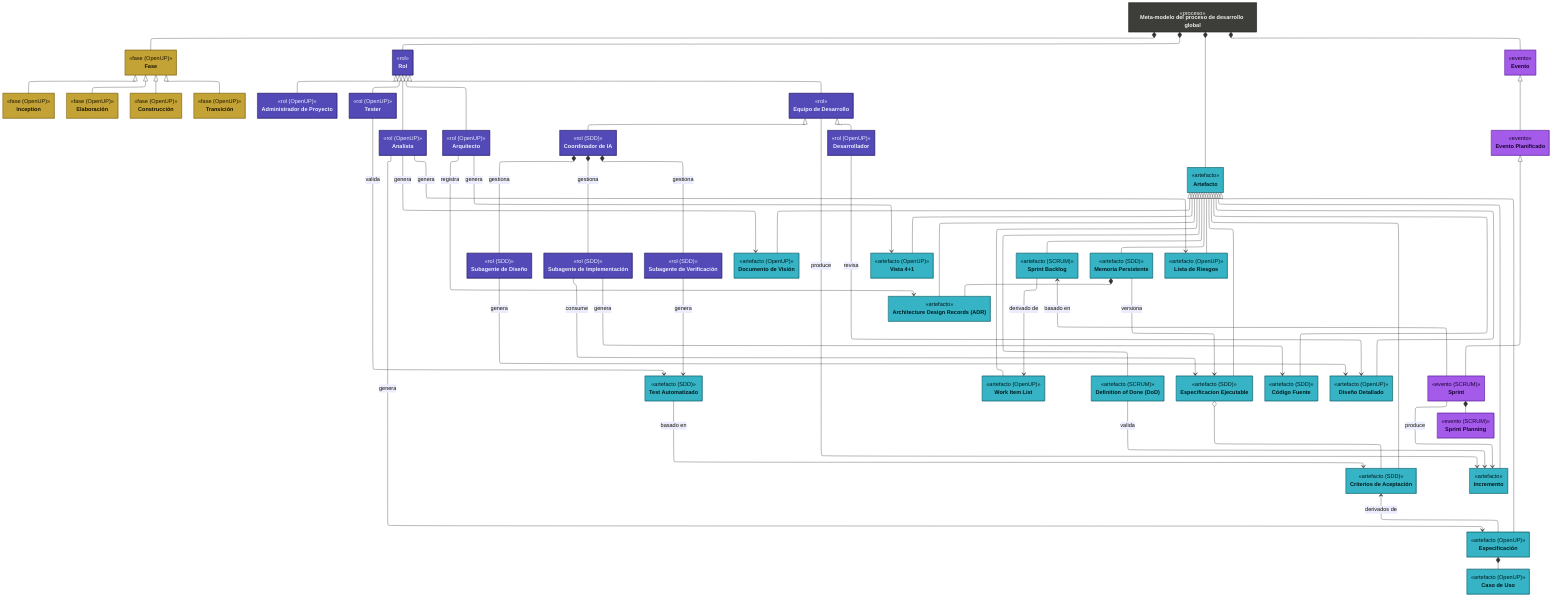
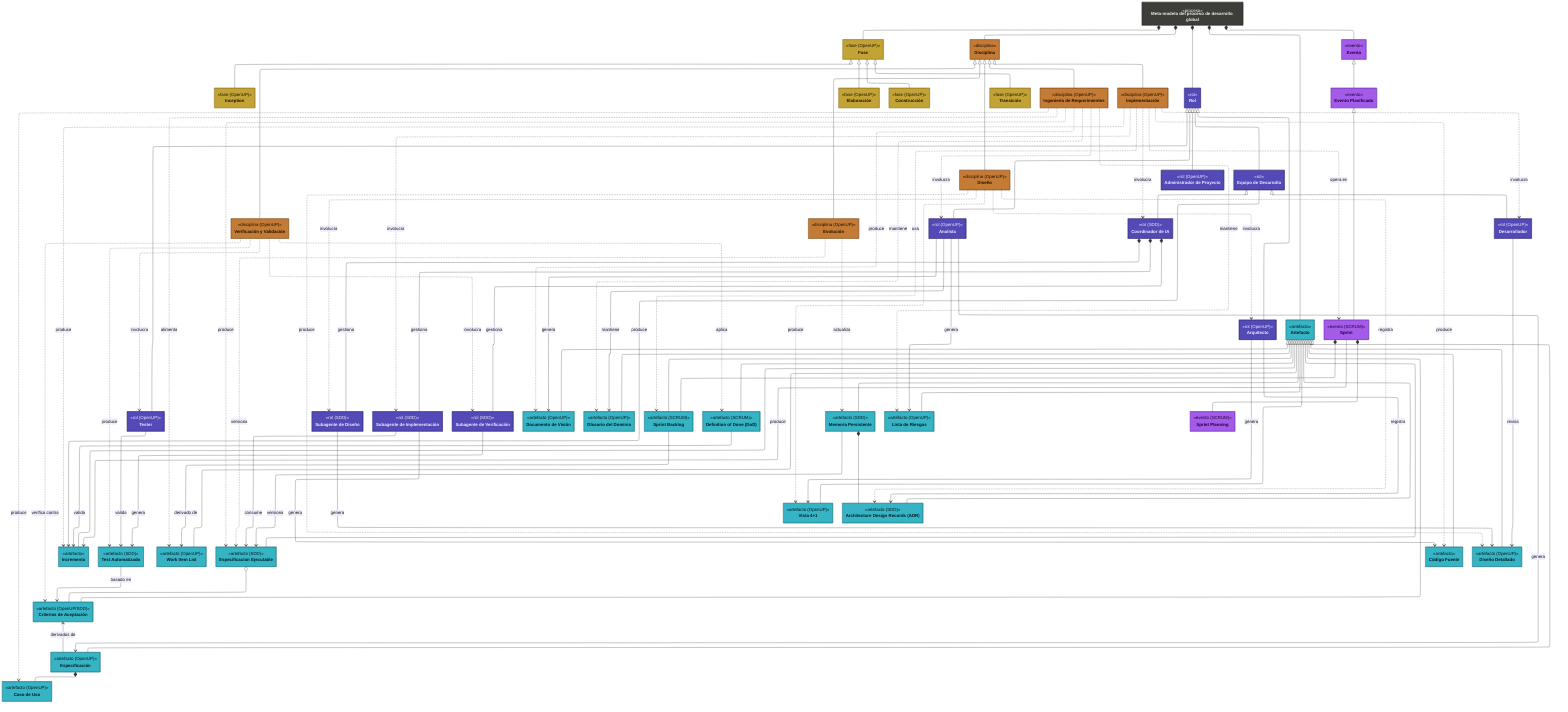
---
config:
   layout: elk
   class:
      hideEmptyMembersBox: true
---
classDiagram


class MetamodeloProceso["Meta-modelo del proceso de desarrollo global"]:::proceso {
   <<proceso>>
}


class Fase["Fase"]:::fase {
   <<fase (OpenUP)>>
}
class FaseInception["Inception"]:::fase {
   <<fase (OpenUP)>>
}
class FaseElaboracion["Elaboración"]:::fase {
   <<fase (OpenUP)>>
}
class FaseConstruccion["Construcción"]:::fase {
   <<fase (OpenUP)>>
}
class FaseTransicion["Transición"]:::fase {
   <<fase (OpenUP)>>
}


+ class Disciplina["Disciplina"]:::disciplina {
+    <<disciplina>>
+ }
+ class DisciplinaRequerimientos["Ingeniería de Requerimientos"]:::disciplina {
+    <<disciplina (OpenUP)>>
+ }
+ class DisciplinaDiseno["Diseño"]:::disciplina {
+    <<disciplina (OpenUP)>>
+ }
+ class DisciplinaImplementacion["Implementación"]:::disciplina {
+    <<disciplina (OpenUP)>>
+ }
+ class DisciplinaVerificacion["Verificación y Validación"]:::disciplina {
+    <<disciplina (OpenUP)>>
+ }
+ class DisciplinaEvolucion["Evolución"]:::disciplina {
+    <<disciplina (OpenUP)>>
+ }
+ 
+ 
class Rol["Rol"]:::rol {
   <<rol>>
}
class AdministradorProyecto["Administrador de Proyecto"]:::rol{
   <<rol (OpenUP)>>
}
class Analista["Analista"]:::rol {
   <<rol (OpenUP)>>
}
class Arquitecto["Arquitecto"]:::rol {
   <<rol (OpenUP)>>
}
class Tester["Tester"]:::rol {
   <<rol (OpenUP)>>
}
class EquipoDesarrollo["Equipo de Desarrollo"]:::rol {
   <<rol>>
}
class CoordinadorIA["Coordinador de IA"]:::rol {
   <<rol (SDD)>>
}
class SubagenteDiseno["Subagente de Diseño"]:::rol {
   <<rol (SDD)>>
}
class SubagenteImplementacion["Subagente de Implementación"]:::rol {
   <<rol (SDD)>>
}
class SubagenteVerificacion["Subagente de Verificación"]:::rol {
   <<rol (SDD)>>
}
class Desarrollador["Desarrollador"]:::rol {
   <<rol (OpenUP)>>
}


class Artefacto["Artefacto"]:::artefacto {
   <<artefacto>>
}
class DocumentoVision["Documento de Visión"]:::artefacto {
   <<artefacto (OpenUP)>>
}
+ class Glosario["Glosario del Dominio"]:::artefacto {
+    <<artefacto (OpenUP)>>
+ }
class CasoUso["Caso de Uso"]:::artefacto {
   <<artefacto (OpenUP)>>
}
class Especificacion["Especificación"]:::artefacto {
   <<artefacto (OpenUP)>>
}
class CriteriosAceptacion["Criterios de Aceptación"]:::artefacto {
-    <<artefacto (SDD)>>
+    <<artefacto (OpenUP/SDD)>>
}
class Incremento["Incremento"]:::artefacto {
   <<artefacto>>
}
class Vista41["Vista 4+1"]:::artefacto {
   <<artefacto (OpenUP)>>
}
class TestAutomatizado["Test Automatizado"]:::artefacto {
   <<artefacto (SDD)>>
}
class WorkItemList["Work Item List"]:::artefacto {
   <<artefacto (OpenUP)>>
}
class SprintBacklog["Sprint Backlog"]:::artefacto {
   <<artefacto (SCRUM)>>
}
class DoD["Definition of Done (DoD)"]:::artefacto {
   <<artefacto (SCRUM)>>
}
class EspecificacionEjecutable["Especificacion Ejecutable"]:::artefacto {
   <<artefacto (SDD)>>
}
class ADR["Architecture Design Records (ADR)"]:::artefacto {
+    <<artefacto (SDD)>>
+ }
+ class MemoriaPersistente["Memoria Persistente"]:::artefacto {
+    <<artefacto (SDD)>>
+ }
+ class ListaRiesgos["Lista de Riesgos"]:::artefacto {
+    <<artefacto (OpenUP)>>
+ }
+ class CodigoFuente["Código Fuente"]:::artefacto {
   <<artefacto>>
- }
- class MemoriaPersistente["Memoria Persistente"]:::artefacto {
-    <<artefacto (SDD)>>
- }
- class ListaRiesgos["Lista de Riesgos"]:::artefacto {
-    <<artefacto (OpenUP)>>
- }
- class CodigoFuente["Código Fuente"]:::artefacto {
-    <<artefacto (SDD)>>
}
class DisenioDetallado["Diseño Detallado"]:::artefacto {
   <<artefacto (OpenUP)>>
}


class Evento["Evento"]:::evento {
   <<evento>>
}
class EventoPlanificado["Evento Planificado"]:::evento {
   <<evento>>
}
class Sprint["Sprint"]:::evento {
   <<evento (SCRUM)>>
}
class SprintPlanning["Sprint Planning"]:::evento {
   <<evento (SCRUM)>>
}


MetamodeloProceso *-- Fase
+ MetamodeloProceso *-- Disciplina
MetamodeloProceso *-- Rol
MetamodeloProceso *-- Artefacto
MetamodeloProceso *-- Evento
+ 
Fase <|-- FaseInception
Fase <|-- FaseElaboracion
Fase <|-- FaseConstruccion
Fase <|-- FaseTransicion
+ 
+ Disciplina <|-- DisciplinaRequerimientos
+ Disciplina <|-- DisciplinaDiseno
+ Disciplina <|-- DisciplinaImplementacion
+ Disciplina <|-- DisciplinaVerificacion
+ Disciplina <|-- DisciplinaEvolucion
+ 
Rol <|-- AdministradorProyecto
Rol <|-- Analista
Rol <|-- Arquitecto
Rol <|-- Tester
Rol <|-- EquipoDesarrollo
EquipoDesarrollo <|-- Desarrollador
EquipoDesarrollo <|-- CoordinadorIA
CoordinadorIA *-- SubagenteDiseno : gestiona
CoordinadorIA *-- SubagenteImplementacion : gestiona
CoordinadorIA *-- SubagenteVerificacion : gestiona
+ 
Artefacto <|-- DocumentoVision
+ Artefacto <|-- Glosario
Artefacto <|-- Especificacion
Especificacion *-- CasoUso
Artefacto <|-- CodigoFuente
Artefacto <|-- CriteriosAceptacion
Artefacto <|-- Incremento
Artefacto <|-- Vista41
Artefacto <|-- WorkItemList
Artefacto <|-- SprintBacklog
Artefacto <|-- DoD
Artefacto <|-- EspecificacionEjecutable
EspecificacionEjecutable o-- CriteriosAceptacion
Artefacto <|-- ADR
Artefacto <|-- MemoriaPersistente
Artefacto <|-- ListaRiesgos
Artefacto <|-- DisenioDetallado
+ 
Evento <|-- EventoPlanificado
EventoPlanificado <|-- Sprint
Sprint *-- SprintPlanning
+ 
+ DisciplinaRequerimientos ..> CasoUso : produce
+ DisciplinaRequerimientos ..> DocumentoVision : produce
+ DisciplinaRequerimientos ..> Glosario : mantiene
+ DisciplinaRequerimientos ..> ListaRiesgos : mantiene
+ DisciplinaRequerimientos ..> EspecificacionEjecutable : produce
+ DisciplinaRequerimientos ..> WorkItemList : alimenta
+ DisciplinaRequerimientos ..> Analista : involucra
+ 
+ DisciplinaDiseno ..> Vista41 : produce
+ DisciplinaDiseno ..> ADR : registra
+ DisciplinaDiseno ..> DisenioDetallado : produce
+ DisciplinaDiseno ..> Arquitecto : involucra
+ DisciplinaDiseno ..> SubagenteDiseno : involucra
+ 
+ DisciplinaImplementacion ..> CodigoFuente : produce
+ DisciplinaImplementacion ..> Incremento : produce
+ DisciplinaImplementacion ..> Sprint : opera en
+ DisciplinaImplementacion ..> SprintBacklog : usa
+ DisciplinaImplementacion ..> Desarrollador : involucra
+ DisciplinaImplementacion ..> SubagenteImplementacion : involucra
+ DisciplinaImplementacion ..> CoordinadorIA : involucra
+ 
+ DisciplinaVerificacion ..> TestAutomatizado : produce
+ DisciplinaVerificacion ..> CriteriosAceptacion : verifica contra
+ DisciplinaVerificacion ..> DoD : aplica
+ DisciplinaVerificacion ..> Tester : involucra
+ DisciplinaVerificacion ..> SubagenteVerificacion : involucra
+ 
+ DisciplinaEvolucion ..> EspecificacionEjecutable : versiona
+ DisciplinaEvolucion ..> MemoriaPersistente : actualiza
+ 
Analista --> ListaRiesgos : genera
Analista --> DocumentoVision : genera
Analista --> Especificacion : genera
+ Analista --> Glosario : mantiene
Arquitecto --> Vista41 : genera
Arquitecto --> ADR : registra
SubagenteDiseno --> DisenioDetallado : genera
SubagenteImplementacion --> EspecificacionEjecutable : consume
SubagenteImplementacion --> CodigoFuente : genera
SubagenteVerificacion --> TestAutomatizado : genera
Tester --> TestAutomatizado : valida
EquipoDesarrollo --> Incremento : produce
Desarrollador --> DisenioDetallado : revisa
CriteriosAceptacion <-- Especificacion : derivados de
TestAutomatizado --> CriteriosAceptacion : basado en
MemoriaPersistente *-- ADR
MemoriaPersistente --> EspecificacionEjecutable : versiona
+ Sprint *-- SprintBacklog
SprintBacklog --> WorkItemList : derivado de
- SprintBacklog <-- Sprint : basado en
Sprint --> Incremento : produce
DoD --> Incremento : valida


classDef proceso fill:#3d3d3a,stroke:#2C2C2A,color:#F1EFE8
classDef fase fill:#c4a336,stroke:#8a6f1f,color:#1a1400
+ classDef disciplina fill:#c47b36,stroke:#7a4a1d,color:#1a0f00
classDef evento fill:#a45be9,stroke:#6a2fa8,color:#1a0033
classDef rol fill:#534AB7,stroke:#2c2570,color:#eeeeff
- classDef artefacto fill:#36b3c4,stroke:#1d6e7a,color:#001a1e+ classDef artefacto fill:#36b3c4,stroke:#1d6e7a,color:#001a1e
